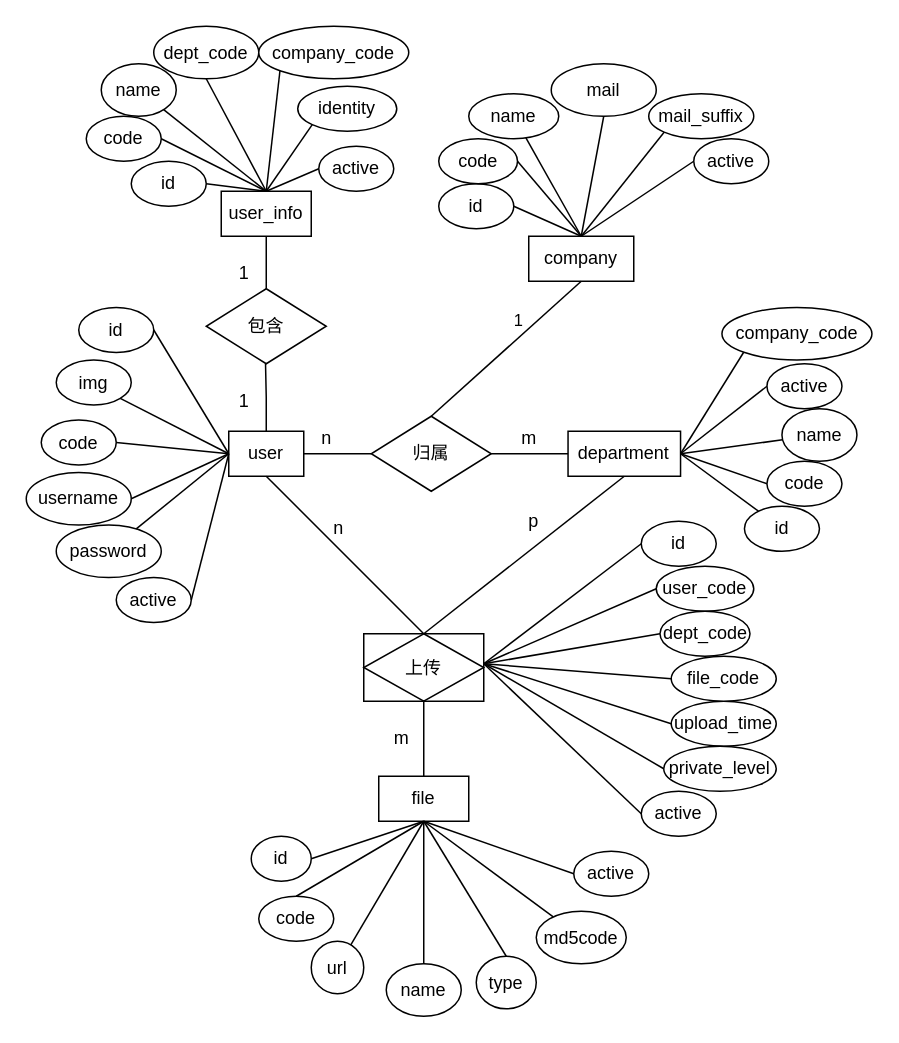
This is er2.drawio from ppp-203/ppp-203, a draw.io file, before an edit. Source tidied: cells renumbered, new cells numbered last; positions are measured from the earlier drawing's top-left corner, leaving out a move shared by most shapes. Both pictures are drawn from the tidied source at 150%, with x=0, y=0 at pixel (26, 26).
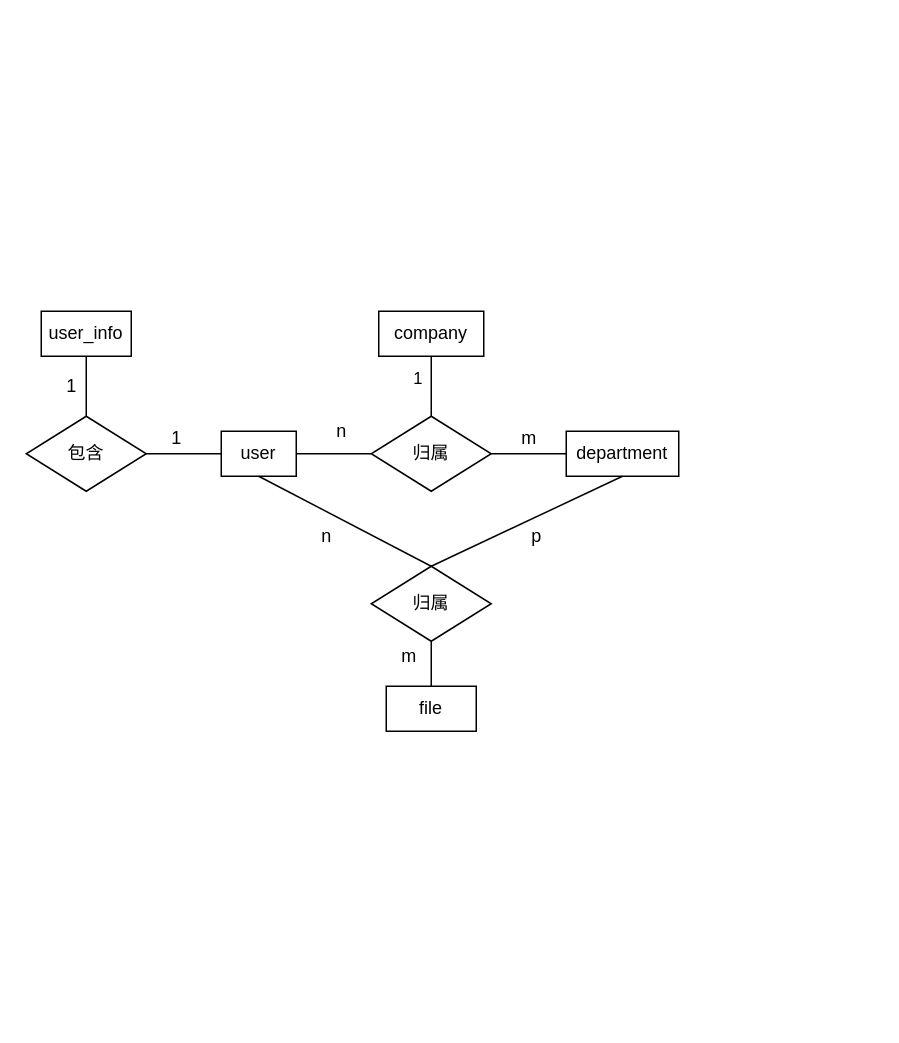
The same diagram, later.

Unchanged cells that the change refers to:
```xml
<mxCell id="98" style="endArrow=none;html=1;rounded=0;exitX=0.5;exitY=0;exitDx=0;exitDy=0;entryX=0.5;entryY=1;entryDx=0;entryDy=0;" parent="1" edge="1" source="67" target="85">
  <mxGeometry relative="1" as="geometry" />
</mxCell>
```

Change to the diagram source:
```diff
@@
     <mxCell id="2" value="user" style="rounded=0;whiteSpace=wrap;html=1;" parent="1" vertex="1">
-      <mxGeometry x="135" y="270" width="50" height="30" as="geometry" />
+      <mxGeometry x="130" y="270" width="50" height="30" as="geometry" />
     </mxCell>
-    <mxCell id="3" value="id" style="ellipse;whiteSpace=wrap;html=1;" parent="1" vertex="1">
-      <mxGeometry x="35" y="187.5" width="50" height="30" as="geometry" />
-    </mxCell>
-    <mxCell id="4" value="code" style="ellipse;whiteSpace=wrap;html=1;" parent="1" vertex="1">
-      <mxGeometry x="10" y="262.5" width="50" height="30" as="geometry" />
-    </mxCell>
-    <mxCell id="5" value="username" style="ellipse;whiteSpace=wrap;html=1;" parent="1" vertex="1">
-      <mxGeometry y="297.5" width="70" height="35" as="geometry" />
-    </mxCell>
-    <mxCell id="6" value="password" style="ellipse;whiteSpace=wrap;html=1;" parent="1" vertex="1">
-      <mxGeometry x="20" y="332.5" width="70" height="35" as="geometry" />
-    </mxCell>
-    <mxCell id="7" value="active" style="ellipse;whiteSpace=wrap;html=1;" parent="1" vertex="1">
-      <mxGeometry x="60" y="367.5" width="50" height="30" as="geometry" />
-    </mxCell>
-    <mxCell id="8" style="endArrow=none;html=1;rounded=0;exitX=1;exitY=0.5;exitDx=0;exitDy=0;entryX=0;entryY=0.5;entryDx=0;entryDy=0;" parent="1" edge="1" source="3" target="2">
-      <mxGeometry relative="1" as="geometry" />
-    </mxCell>
-    <mxCell id="9" style="endArrow=none;html=1;rounded=0;entryX=0;entryY=0.5;entryDx=0;entryDy=0;exitX=1;exitY=0.5;exitDx=0;exitDy=0;" parent="1" edge="1" source="4" target="2">
-      <mxGeometry relative="1" as="geometry" />
-    </mxCell>
-    <mxCell id="10" style="endArrow=none;html=1;rounded=0;entryX=0;entryY=0.5;entryDx=0;entryDy=0;exitX=1;exitY=0.5;exitDx=0;exitDy=0;" parent="1" edge="1" source="5" target="2">
-      <mxGeometry relative="1" as="geometry" />
-    </mxCell>
-    <mxCell id="11" style="endArrow=none;html=1;rounded=0;entryX=0;entryY=0.5;entryDx=0;entryDy=0;" parent="1" edge="1" source="6" target="2">
-      <mxGeometry relative="1" as="geometry" />
-    </mxCell>
-    <mxCell id="12" style="endArrow=none;html=1;rounded=0;exitX=1;exitY=0.5;exitDx=0;exitDy=0;entryX=0;entryY=0.5;entryDx=0;entryDy=0;" parent="1" edge="1" source="7" target="2">
-      <mxGeometry relative="1" as="geometry" />
-    </mxCell>
     <mxCell id="13" value="user_info" style="rounded=0;whiteSpace=wrap;html=1;" parent="1" vertex="1">
-      <mxGeometry x="130" y="110" width="60" height="30" as="geometry" />
+      <mxGeometry x="10" y="190" width="60" height="30" as="geometry" />
     </mxCell>
-    <mxCell id="14" value="id" style="ellipse;whiteSpace=wrap;html=1;" parent="1" vertex="1">
-      <mxGeometry x="70" y="90" width="50" height="30" as="geometry" />
-    </mxCell>
-    <mxCell id="15" value="code" style="ellipse;whiteSpace=wrap;html=1;" parent="1" vertex="1">
-      <mxGeometry x="40" y="60" width="50" height="30" as="geometry" />
-    </mxCell>
-    <mxCell id="16" value="name" style="ellipse;whiteSpace=wrap;html=1;" parent="1" vertex="1">
-      <mxGeometry x="50" y="25" width="50" height="35" as="geometry" />
-    </mxCell>
-    <mxCell id="17" value="identity" style="ellipse;whiteSpace=wrap;html=1;" parent="1" vertex="1">
-      <mxGeometry x="181" y="40" width="66" height="30" as="geometry" />
-    </mxCell>
-    <mxCell id="18" value="active" style="ellipse;whiteSpace=wrap;html=1;" parent="1" vertex="1">
-      <mxGeometry x="195" y="80" width="50" height="30" as="geometry" />
-    </mxCell>
-    <mxCell id="19" style="endArrow=none;html=1;rounded=0;exitX=1;exitY=0.5;exitDx=0;exitDy=0;entryX=0.5;entryY=0;entryDx=0;entryDy=0;" parent="1" edge="1" source="14" target="13">
-      <mxGeometry relative="1" as="geometry" />
-    </mxCell>
-    <mxCell id="20" style="endArrow=none;html=1;rounded=0;exitX=1;exitY=0.5;exitDx=0;exitDy=0;entryX=0.5;entryY=0;entryDx=0;entryDy=0;" parent="1" edge="1" source="15" target="13">
-      <mxGeometry relative="1" as="geometry" />
-    </mxCell>
-    <mxCell id="21" style="endArrow=none;html=1;rounded=0;entryX=0.5;entryY=0;entryDx=0;entryDy=0;" parent="1" edge="1" source="16" target="13">
-      <mxGeometry relative="1" as="geometry" />
-    </mxCell>
-    <mxCell id="22" style="endArrow=none;html=1;rounded=0;exitX=0;exitY=1;exitDx=0;exitDy=0;entryX=0.5;entryY=0;entryDx=0;entryDy=0;" parent="1" edge="1" source="17" target="13">
-      <mxGeometry relative="1" as="geometry" />
-    </mxCell>
-    <mxCell id="23" style="endArrow=none;html=1;rounded=0;exitX=0;exitY=0.5;exitDx=0;exitDy=0;entryX=0.5;entryY=0;entryDx=0;entryDy=0;" parent="1" edge="1" source="18" target="13">
-      <mxGeometry relative="1" as="geometry" />
-    </mxCell>
-    <mxCell id="24" value="dept_code" style="ellipse;whiteSpace=wrap;html=1;" parent="1" vertex="1">
-      <mxGeometry x="85" width="70" height="35" as="geometry" />
-    </mxCell>
-    <mxCell id="25" style="endArrow=none;html=1;rounded=0;exitX=0.5;exitY=1;exitDx=0;exitDy=0;entryX=0.5;entryY=0;entryDx=0;entryDy=0;" parent="1" edge="1" source="24" target="13">
-      <mxGeometry relative="1" as="geometry" />
-    </mxCell>
     <mxCell id="26" value="department" style="rounded=0;whiteSpace=wrap;html=1;" parent="1" vertex="1">
-      <mxGeometry x="361.2" y="270" width="75" height="30" as="geometry" />
+      <mxGeometry x="360" y="270" width="75" height="30" as="geometry" />
     </mxCell>
-    <mxCell id="27" value="id" style="ellipse;whiteSpace=wrap;html=1;" parent="1" vertex="1">
-      <mxGeometry x="478.8" y="320" width="50" height="30" as="geometry" />
-    </mxCell>
-    <mxCell id="28" value="code" style="ellipse;whiteSpace=wrap;html=1;" parent="1" vertex="1">
-      <mxGeometry x="493.8" y="290" width="50" height="30" as="geometry" />
-    </mxCell>
-    <mxCell id="29" value="name" style="ellipse;whiteSpace=wrap;html=1;" parent="1" vertex="1">
-      <mxGeometry x="503.8" y="255" width="50" height="35" as="geometry" />
-    </mxCell>
-    <mxCell id="30" value="active" style="ellipse;whiteSpace=wrap;html=1;" parent="1" vertex="1">
-      <mxGeometry x="493.8" y="225" width="50" height="30" as="geometry" />
-    </mxCell>
-    <mxCell id="31" style="endArrow=none;html=1;rounded=0;entryX=1;entryY=0.5;entryDx=0;entryDy=0;" parent="1" edge="1" source="27" target="26">
-      <mxGeometry relative="1" as="geometry" />
-    </mxCell>
-    <mxCell id="32" style="endArrow=none;html=1;rounded=0;exitX=0;exitY=0.5;exitDx=0;exitDy=0;entryX=1;entryY=0.5;entryDx=0;entryDy=0;" parent="1" edge="1" source="28" target="26">
-      <mxGeometry relative="1" as="geometry" />
-    </mxCell>
-    <mxCell id="33" style="endArrow=none;html=1;rounded=0;entryX=1;entryY=0.5;entryDx=0;entryDy=0;" parent="1" edge="1" source="29" target="26">
-      <mxGeometry relative="1" as="geometry" />
-    </mxCell>
-    <mxCell id="34" style="endArrow=none;html=1;rounded=0;exitX=0;exitY=0.5;exitDx=0;exitDy=0;entryX=1;entryY=0.5;entryDx=0;entryDy=0;" parent="1" edge="1" source="30" target="26">
-      <mxGeometry relative="1" as="geometry" />
-    </mxCell>
     <mxCell id="35" value="file" style="rounded=0;whiteSpace=wrap;html=1;" parent="1" vertex="1">
-      <mxGeometry x="235" y="500" width="60" height="30" as="geometry" />
+      <mxGeometry x="240" y="440" width="60" height="30" as="geometry" />
     </mxCell>
-    <mxCell id="36" value="id" style="ellipse;whiteSpace=wrap;html=1;" parent="1" vertex="1">
-      <mxGeometry x="150" y="540" width="40" height="30" as="geometry" />
-    </mxCell>
-    <mxCell id="37" value="code" style="ellipse;whiteSpace=wrap;html=1;" parent="1" vertex="1">
-      <mxGeometry x="155" y="580" width="50" height="30" as="geometry" />
-    </mxCell>
-    <mxCell id="38" value="url" style="ellipse;whiteSpace=wrap;html=1;" parent="1" vertex="1">
-      <mxGeometry x="190" y="610" width="35" height="35" as="geometry" />
-    </mxCell>
-    <mxCell id="39" value="type" style="ellipse;whiteSpace=wrap;html=1;" parent="1" vertex="1">
-      <mxGeometry x="300" y="620" width="40" height="35" as="geometry" />
-    </mxCell>
-    <mxCell id="40" value="active" style="ellipse;whiteSpace=wrap;html=1;" parent="1" vertex="1">
-      <mxGeometry x="365" y="550" width="50" height="30" as="geometry" />
-    </mxCell>
-    <mxCell id="41" style="endArrow=none;html=1;rounded=0;exitX=1;exitY=0.5;exitDx=0;exitDy=0;entryX=0.5;entryY=1;entryDx=0;entryDy=0;" parent="1" edge="1" source="36" target="35">
-      <mxGeometry relative="1" as="geometry" />
-    </mxCell>
-    <mxCell id="42" style="endArrow=none;html=1;rounded=0;exitX=0.5;exitY=0;exitDx=0;exitDy=0;entryX=0.5;entryY=1;entryDx=0;entryDy=0;" parent="1" edge="1" source="37" target="35">
-      <mxGeometry relative="1" as="geometry" />
-    </mxCell>
-    <mxCell id="43" style="endArrow=none;html=1;rounded=0;entryX=0.5;entryY=1;entryDx=0;entryDy=0;" parent="1" edge="1" source="38" target="35">
-      <mxGeometry relative="1" as="geometry" />
-    </mxCell>
-    <mxCell id="44" style="endArrow=none;html=1;rounded=0;exitX=0.5;exitY=0;exitDx=0;exitDy=0;entryX=0.5;entryY=1;entryDx=0;entryDy=0;" parent="1" edge="1" source="39" target="35">
-      <mxGeometry relative="1" as="geometry" />
-    </mxCell>
-    <mxCell id="45" style="endArrow=none;html=1;rounded=0;exitX=0;exitY=0.5;exitDx=0;exitDy=0;entryX=0.5;entryY=1;entryDx=0;entryDy=0;" parent="1" edge="1" source="40" target="35">
-      <mxGeometry relative="1" as="geometry" />
-    </mxCell>
-    <mxCell id="46" value="name" style="ellipse;whiteSpace=wrap;html=1;" parent="1" vertex="1">
-      <mxGeometry x="240" y="625" width="50" height="35" as="geometry" />
-    </mxCell>
-    <mxCell id="47" style="endArrow=none;html=1;rounded=0;exitX=0.5;exitY=0;exitDx=0;exitDy=0;entryX=0.5;entryY=1;entryDx=0;entryDy=0;" parent="1" edge="1" source="46" target="35">
-      <mxGeometry relative="1" as="geometry" />
-    </mxCell>
-    <mxCell id="48" value="md5code" style="ellipse;whiteSpace=wrap;html=1;" parent="1" vertex="1">
-      <mxGeometry x="340" y="590" width="60" height="35" as="geometry" />
-    </mxCell>
-    <mxCell id="49" style="endArrow=none;html=1;rounded=0;entryX=0.5;entryY=1;entryDx=0;entryDy=0;" parent="1" edge="1" source="48" target="35">
-      <mxGeometry relative="1" as="geometry" />
-    </mxCell>
-    <mxCell id="50" value="id" style="ellipse;whiteSpace=wrap;html=1;" parent="1" vertex="1">
-      <mxGeometry x="410" y="330" width="50" height="30" as="geometry" />
-    </mxCell>
-    <mxCell id="51" value="user_code" style="ellipse;whiteSpace=wrap;html=1;" parent="1" vertex="1">
-      <mxGeometry x="420" y="360" width="65" height="30" as="geometry" />
-    </mxCell>
-    <mxCell id="52" value="dept_code" style="ellipse;whiteSpace=wrap;html=1;" parent="1" vertex="1">
-      <mxGeometry x="422.5" y="390" width="60" height="30" as="geometry" />
-    </mxCell>
-    <mxCell id="53" value="upload_time" style="ellipse;whiteSpace=wrap;html=1;" parent="1" vertex="1">
-      <mxGeometry x="430" y="450" width="70" height="30" as="geometry" />
-    </mxCell>
-    <mxCell id="54" value="active" style="ellipse;whiteSpace=wrap;html=1;" parent="1" vertex="1">
-      <mxGeometry x="410" y="510" width="50" height="30" as="geometry" />
-    </mxCell>
-    <mxCell id="55" style="endArrow=none;html=1;rounded=0;entryX=1;entryY=0.5;entryDx=0;entryDy=0;exitX=0;exitY=0.5;exitDx=0;exitDy=0;" parent="1" edge="1" source="50">
-      <mxGeometry relative="1" as="geometry">
-        <mxPoint x="305" y="425" as="targetPoint" />
-      </mxGeometry>
-    </mxCell>
-    <mxCell id="56" style="endArrow=none;html=1;rounded=0;exitX=0;exitY=0.5;exitDx=0;exitDy=0;entryX=1;entryY=0.5;entryDx=0;entryDy=0;" parent="1" edge="1" source="51">
-      <mxGeometry relative="1" as="geometry">
-        <mxPoint x="305" y="425" as="targetPoint" />
-      </mxGeometry>
-    </mxCell>
-    <mxCell id="57" style="endArrow=none;html=1;rounded=0;entryX=1;entryY=0.5;entryDx=0;entryDy=0;exitX=0;exitY=0.5;exitDx=0;exitDy=0;" parent="1" edge="1" source="52">
-      <mxGeometry relative="1" as="geometry">
-        <mxPoint x="305" y="425" as="targetPoint" />
-      </mxGeometry>
-    </mxCell>
-    <mxCell id="58" style="endArrow=none;html=1;rounded=0;exitX=0;exitY=0.5;exitDx=0;exitDy=0;entryX=1;entryY=0.5;entryDx=0;entryDy=0;" parent="1" edge="1" source="53">
-      <mxGeometry relative="1" as="geometry">
-        <mxPoint x="305" y="425" as="targetPoint" />
-      </mxGeometry>
-    </mxCell>
-    <mxCell id="59" style="endArrow=none;html=1;rounded=0;exitX=0;exitY=0.5;exitDx=0;exitDy=0;entryX=1;entryY=0.5;entryDx=0;entryDy=0;" parent="1" edge="1" source="54">
-      <mxGeometry relative="1" as="geometry">
-        <mxPoint x="305" y="425" as="targetPoint" />
-      </mxGeometry>
-    </mxCell>
-    <mxCell id="60" value="file_code" style="ellipse;whiteSpace=wrap;html=1;" parent="1" vertex="1">
-      <mxGeometry x="430" y="420" width="70" height="30" as="geometry" />
-    </mxCell>
-    <mxCell id="61" style="endArrow=none;html=1;rounded=0;exitX=0;exitY=0.5;exitDx=0;exitDy=0;entryX=1;entryY=0.5;entryDx=0;entryDy=0;" parent="1" edge="1" source="60">
-      <mxGeometry relative="1" as="geometry">
-        <mxPoint x="305" y="425" as="targetPoint" />
-      </mxGeometry>
-    </mxCell>
-    <mxCell id="62" value="private_level" style="ellipse;whiteSpace=wrap;html=1;" parent="1" vertex="1">
-      <mxGeometry x="425" y="480" width="75" height="30" as="geometry" />
-    </mxCell>
-    <mxCell id="63" style="endArrow=none;html=1;rounded=0;exitX=0;exitY=0.5;exitDx=0;exitDy=0;entryX=1;entryY=0.5;entryDx=0;entryDy=0;" parent="1" edge="1" source="62">
-      <mxGeometry relative="1" as="geometry">
-        <mxPoint x="305" y="425" as="targetPoint" />
-      </mxGeometry>
-    </mxCell>
     <mxCell id="64" value="包含" style="rhombus;whiteSpace=wrap;html=1;" parent="1" vertex="1">
-      <mxGeometry x="120" y="175" width="80" height="50" as="geometry" />
+      <mxGeometry y="260" width="80" height="50" as="geometry" />
     </mxCell>
@@
-    <mxCell id="66" style="endArrow=none;html=1;rounded=0;edgeStyle=orthogonalEdgeStyle;exitX=0.5;exitY=0;exitDx=0;exitDy=0;entryX=0.494;entryY=1;entryDx=0;entryDy=0;entryPerimeter=0;" parent="1" edge="1" source="2" target="64">
-      <mxGeometry relative="1" as="geometry" />
-    </mxCell>
@@
     <mxCell id="70" value="1" style="text;html=1;align=center;verticalAlign=middle;strokeColor=none;fillColor=none;" parent="1" vertex="1">
-      <mxGeometry x="135" y="240" width="20" height="20" as="geometry" />
+      <mxGeometry x="90" y="265" width="20" height="20" as="geometry" />
     </mxCell>
     <mxCell id="71" value="1" style="text;html=1;align=center;verticalAlign=middle;strokeColor=none;fillColor=none;" parent="1" vertex="1">
-      <mxGeometry x="135" y="155" width="20" height="20" as="geometry" />
+      <mxGeometry x="20" y="230" width="20" height="20" as="geometry" />
     </mxCell>
@@
     <mxCell id="73" value="n" style="text;html=1;align=center;verticalAlign=middle;strokeColor=none;fillColor=none;" parent="1" vertex="1">
-      <mxGeometry x="190" y="265" width="20" height="20" as="geometry" />
+      <mxGeometry x="200" y="260" width="20" height="20" as="geometry" />
     </mxCell>
-    <mxCell id="74" style="endArrow=none;html=1;rounded=0;exitX=0.5;exitY=1;exitDx=0;exitDy=0;entryX=0.5;entryY=0;entryDx=0;entryDy=0;" parent="1" edge="1" source="26" target="100">
+    <mxCell id="74" style="endArrow=none;html=1;rounded=0;exitX=0.5;exitY=1;exitDx=0;exitDy=0;entryX=0.5;entryY=0;entryDx=0;entryDy=0;" parent="1" edge="1" source="26" target="102">
       <mxGeometry relative="1" as="geometry" />
     </mxCell>
-    <mxCell id="75" style="endArrow=none;html=1;rounded=0;exitX=0.5;exitY=0;exitDx=0;exitDy=0;entryX=0.5;entryY=1;entryDx=0;entryDy=0;" parent="1" edge="1" source="100" target="2">
+    <mxCell id="75" style="endArrow=none;html=1;rounded=0;exitX=0.5;exitY=0;exitDx=0;exitDy=0;entryX=0.5;entryY=1;entryDx=0;entryDy=0;" parent="1" edge="1" source="102" target="2">
       <mxGeometry relative="1" as="geometry" />
     </mxCell>
     <mxCell id="76" value="n" style="text;html=1;align=center;verticalAlign=middle;strokeColor=none;fillColor=none;" parent="1" vertex="1">
-      <mxGeometry x="197.5" y="325" width="20" height="20" as="geometry" />
+      <mxGeometry x="190" y="330" width="20" height="20" as="geometry" />
     </mxCell>
     <mxCell id="77" value="p" style="text;html=1;align=center;verticalAlign=middle;strokeColor=none;fillColor=none;" parent="1" vertex="1">
-      <mxGeometry x="327.5" y="320" width="20" height="20" as="geometry" />
+      <mxGeometry x="330" y="330" width="20" height="20" as="geometry" />
     </mxCell>
     <mxCell id="78" value="m" style="text;html=1;align=center;verticalAlign=middle;strokeColor=none;fillColor=none;" parent="1" vertex="1">
-      <mxGeometry x="235" y="465" width="30" height="20" as="geometry" />
+      <mxGeometry x="240" y="410" width="30" height="20" as="geometry" />
     </mxCell>
-    <mxCell id="79" value="company_code" style="ellipse;whiteSpace=wrap;html=1;" parent="1" vertex="1">
-      <mxGeometry x="155" width="100" height="35" as="geometry" />
-    </mxCell>
-    <mxCell id="80" style="endArrow=none;html=1;rounded=0;exitX=0;exitY=1;exitDx=0;exitDy=0;entryX=0.5;entryY=0;entryDx=0;entryDy=0;" parent="1" edge="1" source="79" target="13">
-      <mxGeometry relative="1" as="geometry" />
-    </mxCell>
-    <mxCell id="81" value="company_code" style="ellipse;whiteSpace=wrap;html=1;" parent="1" vertex="1">
-      <mxGeometry x="463.8" y="187.5" width="100" height="35" as="geometry" />
-    </mxCell>
-    <mxCell id="82" style="endArrow=none;html=1;rounded=0;exitX=0;exitY=1;exitDx=0;exitDy=0;entryX=1;entryY=0.5;entryDx=0;entryDy=0;" parent="1" edge="1" source="81" target="26">
-      <mxGeometry relative="1" as="geometry" />
-    </mxCell>
-    <mxCell id="83" value="img" style="ellipse;whiteSpace=wrap;html=1;" parent="1" vertex="1">
-      <mxGeometry x="20" y="222.5" width="50" height="30" as="geometry" />
-    </mxCell>
-    <mxCell id="84" style="endArrow=none;html=1;rounded=0;entryX=0;entryY=0.5;entryDx=0;entryDy=0;exitX=1;exitY=1;exitDx=0;exitDy=0;" parent="1" edge="1" source="83" target="2">
-      <mxGeometry relative="1" as="geometry" />
-    </mxCell>
     <mxCell id="85" value="company" style="rounded=0;whiteSpace=wrap;html=1;" parent="1" vertex="1">
-      <mxGeometry x="335" y="140" width="70" height="30" as="geometry" />
+      <mxGeometry x="235" y="190" width="70" height="30" as="geometry" />
     </mxCell>
-    <mxCell id="86" value="id" style="ellipse;whiteSpace=wrap;html=1;" parent="1" vertex="1">
-      <mxGeometry x="275" y="105" width="50" height="30" as="geometry" />
-    </mxCell>
-    <mxCell id="87" value="code" style="ellipse;whiteSpace=wrap;html=1;" parent="1" vertex="1">
-      <mxGeometry x="275" y="75" width="52.5" height="30" as="geometry" />
-    </mxCell>
-    <mxCell id="88" value="name" style="ellipse;whiteSpace=wrap;html=1;" parent="1" vertex="1">
-      <mxGeometry x="295" y="45" width="60" height="30" as="geometry" />
-    </mxCell>
-    <mxCell id="89" value="mail_suffix" style="ellipse;whiteSpace=wrap;html=1;" parent="1" vertex="1">
-      <mxGeometry x="415" y="45" width="70" height="30" as="geometry" />
-    </mxCell>
-    <mxCell id="90" value="active" style="ellipse;whiteSpace=wrap;html=1;" parent="1" vertex="1">
-      <mxGeometry x="445" y="75" width="50" height="30" as="geometry" />
-    </mxCell>
-    <mxCell id="91" style="endArrow=none;html=1;rounded=0;exitX=1;exitY=0.5;exitDx=0;exitDy=0;entryX=0.5;entryY=0;entryDx=0;entryDy=0;" parent="1" edge="1" source="86" target="85">
-      <mxGeometry relative="1" as="geometry" />
-    </mxCell>
-    <mxCell id="92" style="endArrow=none;html=1;rounded=0;entryX=0.5;entryY=0;entryDx=0;entryDy=0;exitX=1;exitY=0.5;exitDx=0;exitDy=0;" parent="1" edge="1" source="87" target="85">
-      <mxGeometry relative="1" as="geometry" />
-    </mxCell>
-    <mxCell id="93" style="endArrow=none;html=1;rounded=0;entryX=0.5;entryY=0;entryDx=0;entryDy=0;" parent="1" edge="1" source="88" target="85">
-      <mxGeometry relative="1" as="geometry" />
-    </mxCell>
-    <mxCell id="94" style="endArrow=none;html=1;rounded=0;exitX=0;exitY=1;exitDx=0;exitDy=0;entryX=0.5;entryY=0;entryDx=0;entryDy=0;" parent="1" edge="1" source="89" target="85">
-      <mxGeometry relative="1" as="geometry" />
-    </mxCell>
-    <mxCell id="95" style="endArrow=none;html=1;rounded=0;exitX=0;exitY=0.5;exitDx=0;exitDy=0;entryX=0.5;entryY=0;entryDx=0;entryDy=0;" parent="1" edge="1" source="90" target="85">
-      <mxGeometry relative="1" as="geometry" />
-    </mxCell>
-    <mxCell id="96" value="mail" style="ellipse;whiteSpace=wrap;html=1;" parent="1" vertex="1">
-      <mxGeometry x="350" y="25" width="70" height="35" as="geometry" />
-    </mxCell>
-    <mxCell id="97" style="endArrow=none;html=1;rounded=0;exitX=0.5;exitY=1;exitDx=0;exitDy=0;entryX=0.5;entryY=0;entryDx=0;entryDy=0;" parent="1" edge="1" source="96" target="85">
-      <mxGeometry relative="1" as="geometry" />
-    </mxCell>
@@
     <mxCell id="99" value="1" style="edgeLabel;html=1;align=center;verticalAlign=middle;" parent="98" vertex="1">
       <mxGeometry x="0.21" y="1" relative="1" as="geometry">
-        <mxPoint x="-2" y="-10" as="offset" />
+        <mxPoint x="-9" y="-2" as="offset" />
       </mxGeometry>
     </mxCell>
-    <mxCell id="100" value="上传" style="shape=associativeEntity;whiteSpace=wrap;html=1;align=center;" parent="1" vertex="1">
-      <mxGeometry x="225" y="405" width="80" height="45" as="geometry" />
-    </mxCell>
-    <mxCell id="101" style="endArrow=none;html=1;rounded=0;exitX=0.5;exitY=1;exitDx=0;exitDy=0;entryX=0.5;entryY=0;entryDx=0;entryDy=0;" parent="1" edge="1" source="100" target="35">
+    <mxCell id="101" style="endArrow=none;html=1;rounded=0;exitX=0.5;exitY=1;exitDx=0;exitDy=0;entryX=0.5;entryY=0;entryDx=0;entryDy=0;" parent="1" edge="1" source="102" target="35">
       <mxGeometry relative="1" as="geometry" />
     </mxCell>
+    <mxCell id="102" value="归属" style="rhombus;whiteSpace=wrap;html=1;" parent="1" vertex="1">
+      <mxGeometry x="230" y="360" width="80" height="50" as="geometry" />
+    </mxCell>
+    <mxCell id="103" style="endArrow=none;html=1;rounded=0;exitX=1;exitY=0.5;exitDx=0;exitDy=0;entryX=0;entryY=0.5;entryDx=0;entryDy=0;" parent="1" edge="1" source="64" target="2">
+      <mxGeometry relative="1" as="geometry" />
+    </mxCell>
```
